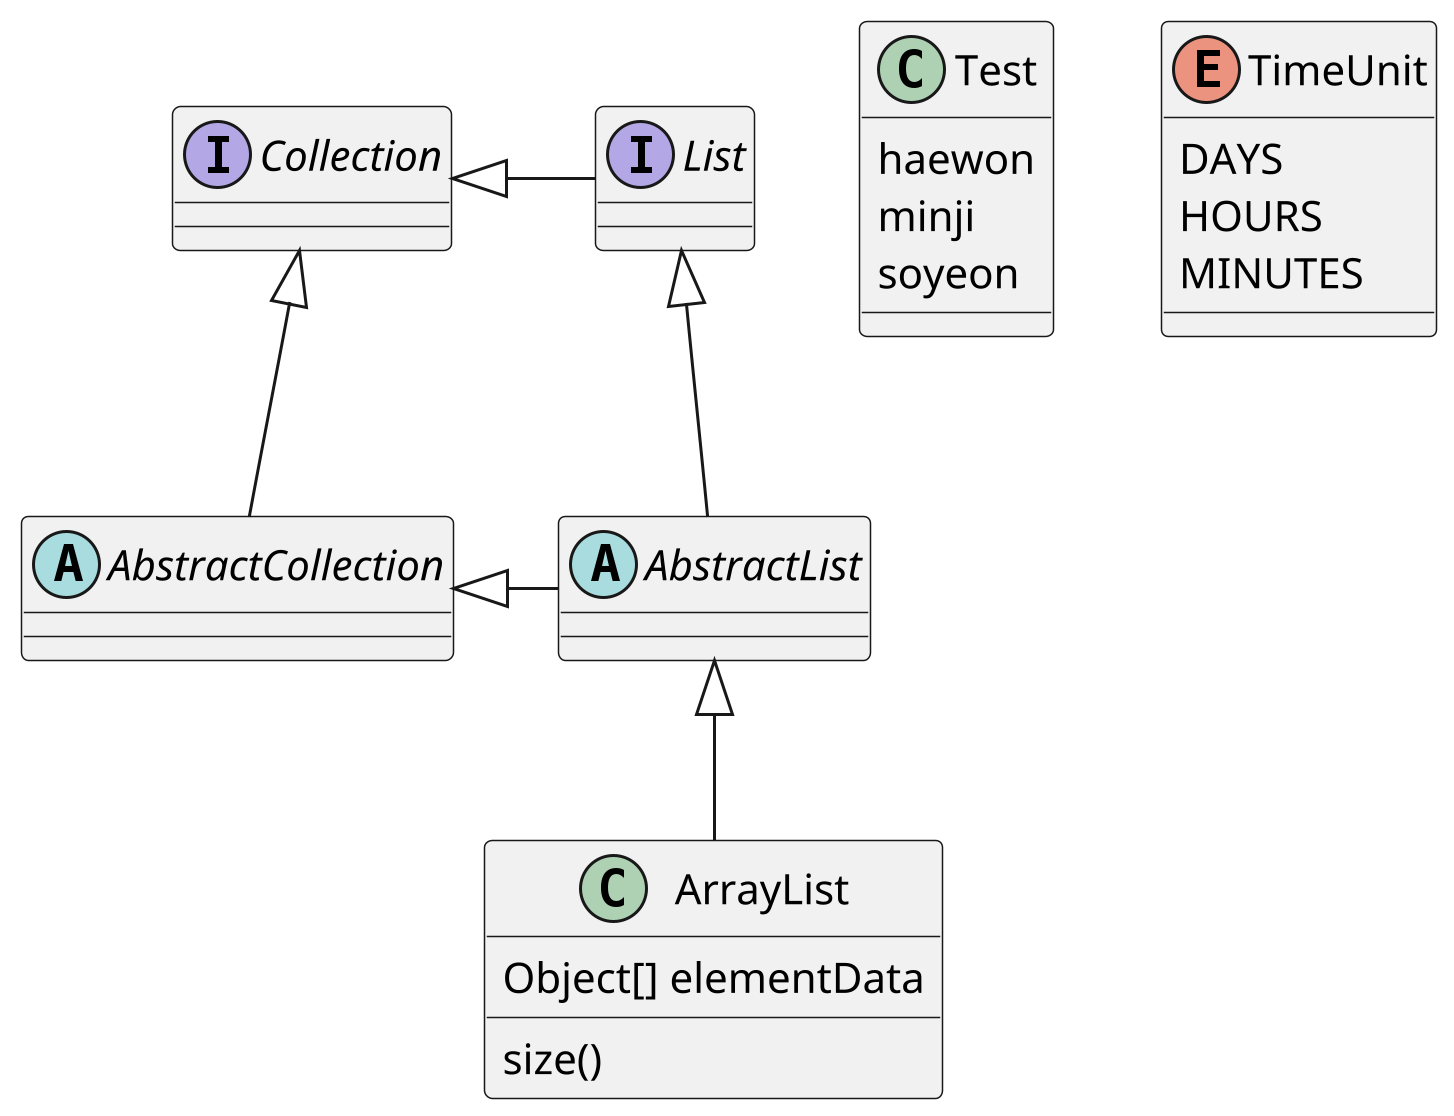
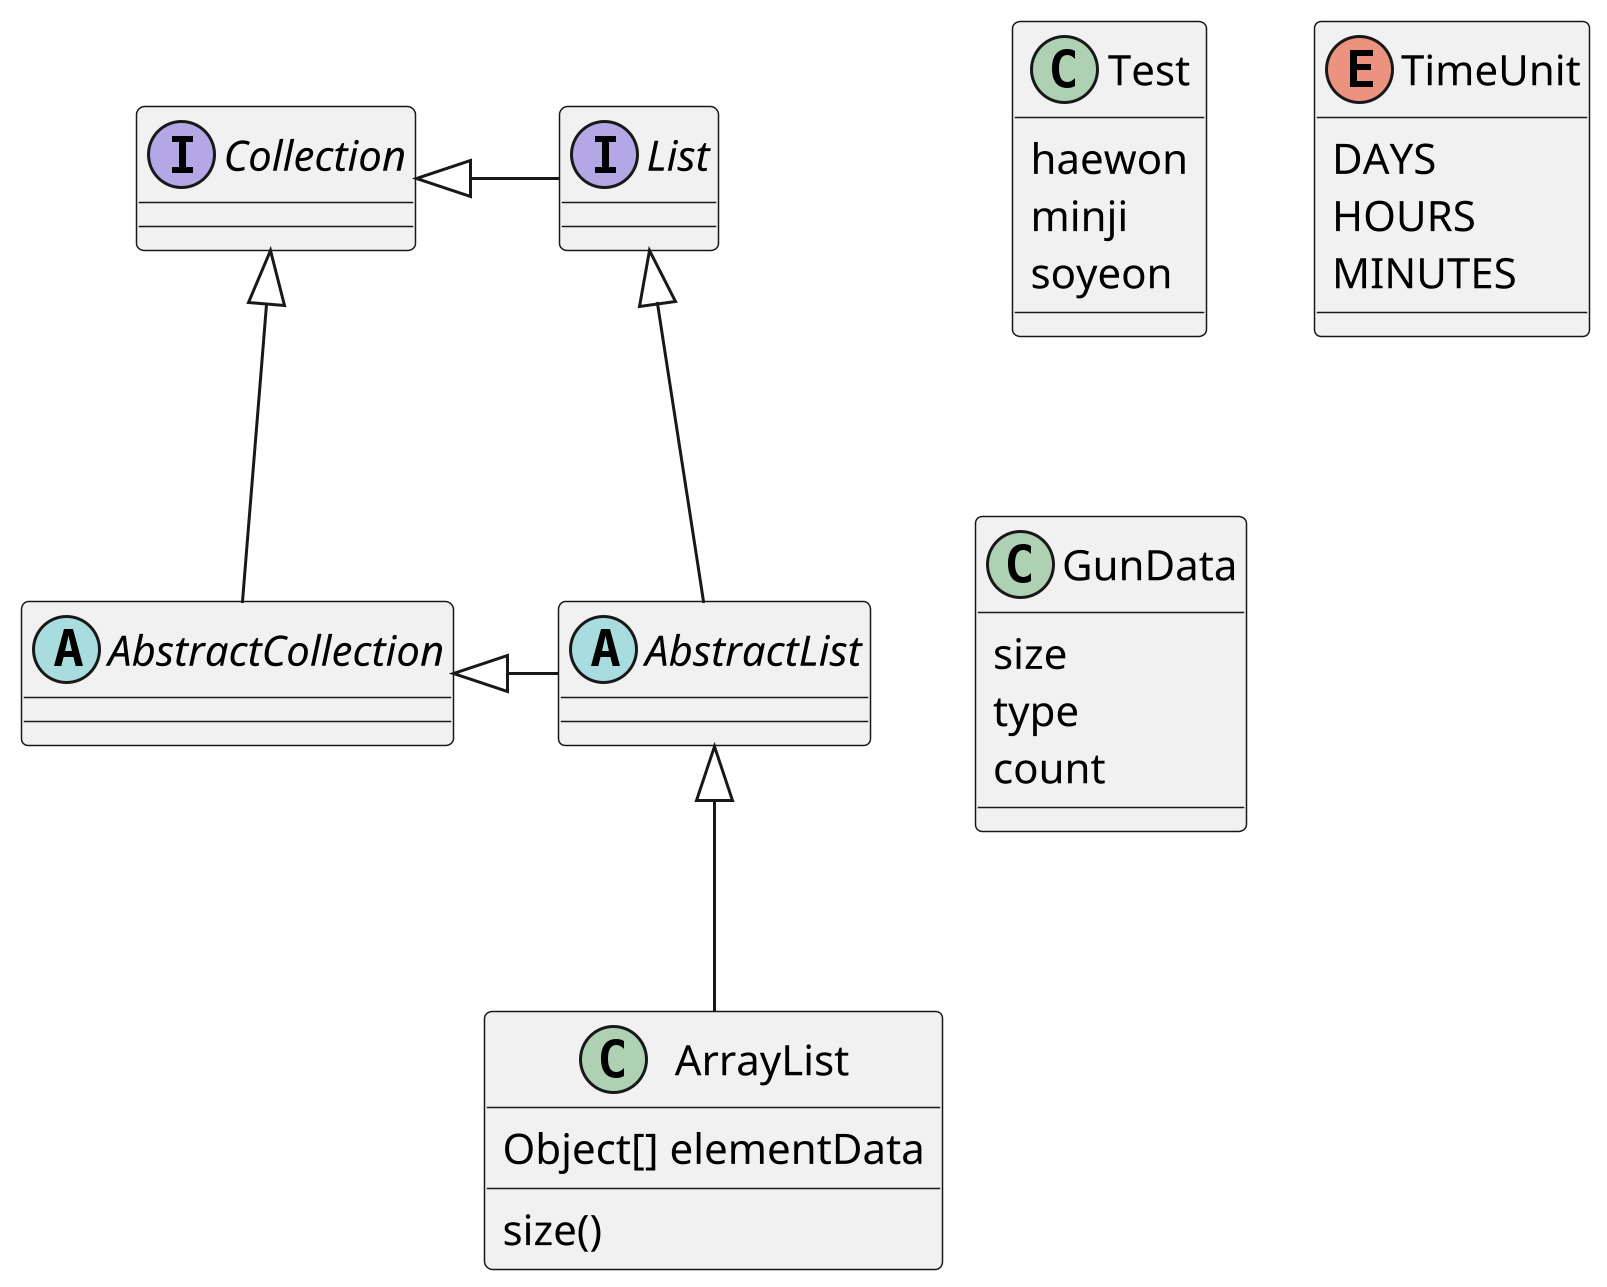
@startuml
'https://plantuml.com/class-diagram

scale 3
abstract class AbstractList
abstract AbstractCollection
interface List
interface Collection

List <|-- AbstractList
Collection <|-- AbstractCollection

Collection <|- List
AbstractCollection <|- AbstractList
AbstractList <|-- ArrayList

class Test {
    haewon
    minji
    soyeon
}

class ArrayList {
Object[] elementData
size()
}

enum TimeUnit {
DAYS
HOURS
MINUTES
}

+ class GunData {
+     size
+     type
+     count
+ }
+ 
@enduml